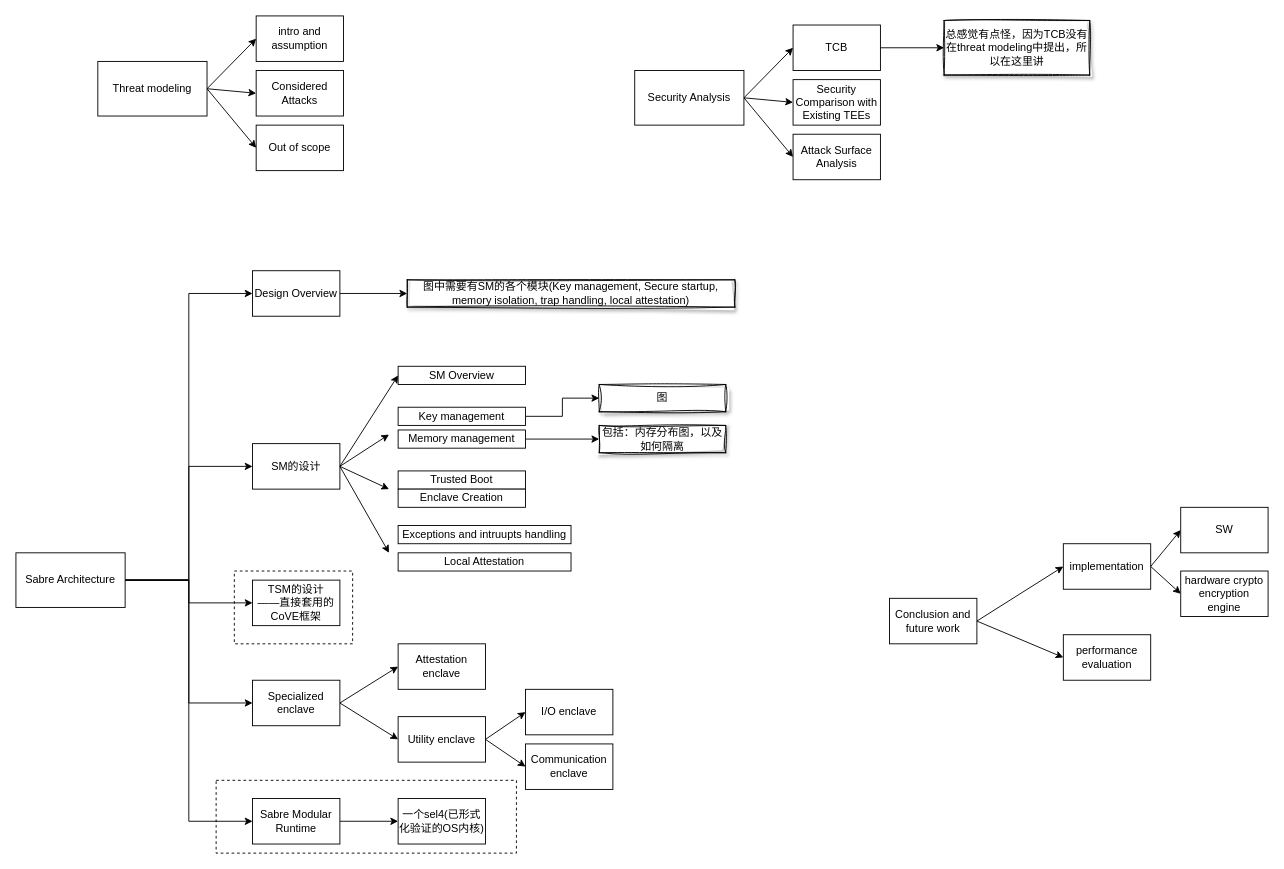
This is page "文章结构梳理 的副本" (14 of 14) of newarch.drawio from Zou1c/tmp, a draw.io file, before an edit. Source tidied: cells renumbered, new cells numbered last; positions are measured from the earlier drawing's top-left corner, leaving out a move shared by most shapes. Both pictures are drawn from the tidied source at 91%, with x=0, y=0 at pixel (15, 15).
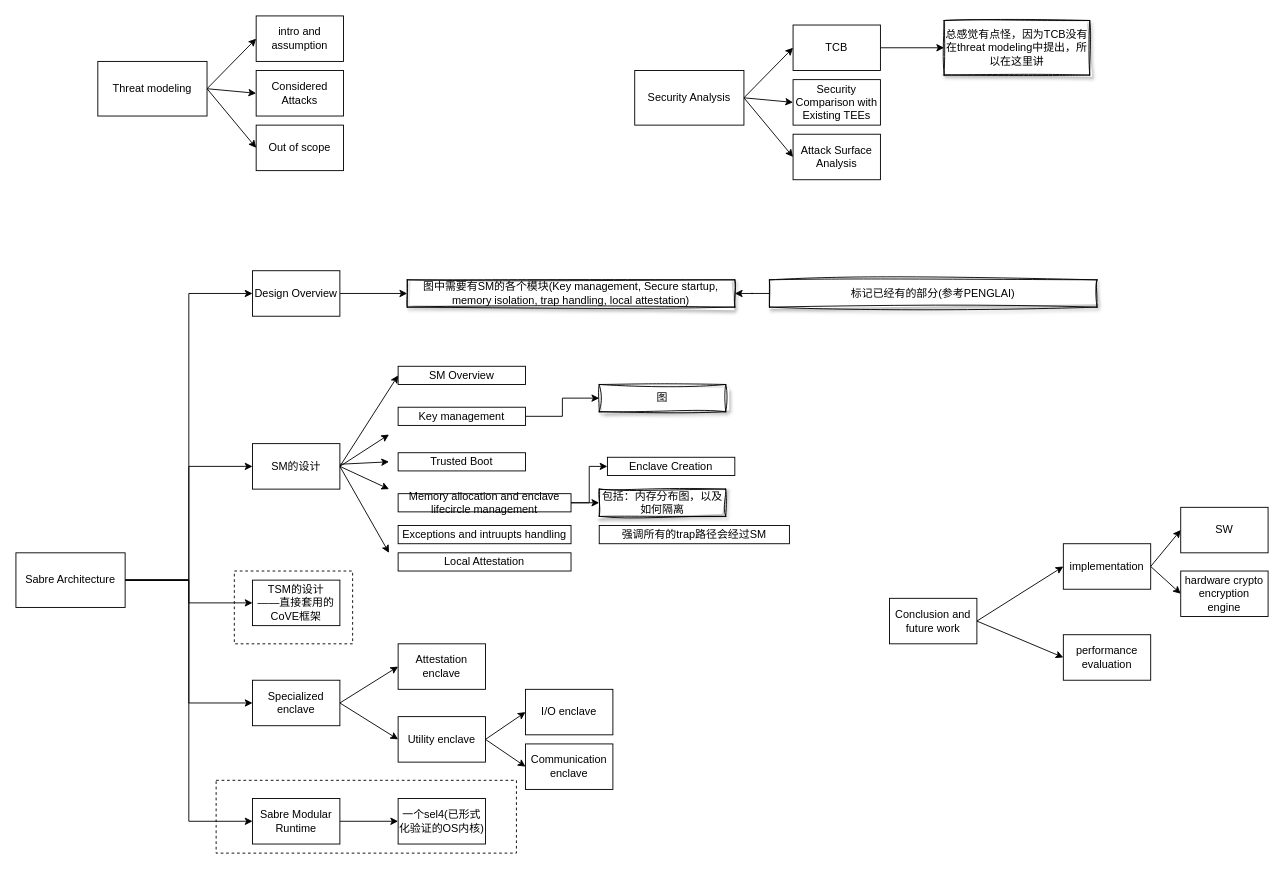
The same diagram, later.

The change refers to these unchanged cells:
```xml
<mxCell id="23" value="SM的设计" style="rounded=0;whiteSpace=wrap;html=1;" parent="1" vertex="1">
  <mxGeometry x="260" y="470" width="96" height="50" as="geometry" />
</mxCell>
<mxCell id="64" value="图中需要有SM的各个模块(Key management, Secure startup, memory isolation, trap handling, local attestation)" style="rounded=0;whiteSpace=wrap;html=1;shadow=1;sketch=1;curveFitting=1;jiggle=2;" parent="1" vertex="1">
  <mxGeometry x="430" y="290" width="360" height="30" as="geometry" />
</mxCell>
```

Diff of the diagram source:
```diff
@@
     <mxCell id="19" value="包括：内存分布图，以及如何隔离" style="rounded=0;whiteSpace=wrap;html=1;shadow=1;sketch=1;curveFitting=1;jiggle=2;" parent="1" vertex="1">
-      <mxGeometry x="641" y="450" width="139" height="30" as="geometry" />
+      <mxGeometry x="641" y="520" width="139" height="30" as="geometry" />
     </mxCell>
@@
+    <mxCell id="67" style="edgeStyle=orthogonalEdgeStyle;rounded=0;jettySize=auto;html=1;exitX=1;exitY=0.5;exitDx=0;exitDy=0;entryX=0;entryY=0.5;entryDx=0;entryDy=0;" parent="1" edge="1" source="27" target="29">
+      <mxGeometry relative="1" as="geometry" />
+    </mxCell>
-    <mxCell id="27" value="Memory management" style="rounded=0;whiteSpace=wrap;html=1;" parent="1" vertex="1">
-      <mxGeometry x="420" y="455" width="140" height="20" as="geometry" />
+    <mxCell id="27" value="Memory allocation and enclave lifecircle management" style="rounded=0;whiteSpace=wrap;html=1;" parent="1" vertex="1">
+      <mxGeometry x="420" y="525" width="190" height="20" as="geometry" />
     </mxCell>
     <mxCell id="28" value="Trusted Boot" style="rounded=0;whiteSpace=wrap;html=1;" parent="1" vertex="1">
-      <mxGeometry x="420" y="500" width="140" height="20" as="geometry" />
+      <mxGeometry x="420" y="480" width="140" height="20" as="geometry" />
     </mxCell>
     <mxCell id="29" value="Enclave Creation" style="rounded=0;whiteSpace=wrap;html=1;" parent="1" vertex="1">
-      <mxGeometry x="420" y="520" width="140" height="20" as="geometry" />
+      <mxGeometry x="650" y="485" width="140" height="20" as="geometry" />
     </mxCell>
@@
+    <mxCell id="68" style="edgeStyle=orthogonalEdgeStyle;rounded=0;jettySize=auto;html=1;" parent="1" edge="1" source="69" target="64">
+      <mxGeometry relative="1" as="geometry" />
+    </mxCell>
+    <mxCell id="69" value="标记已经有的部分(参考PENGLAI)" style="rounded=0;whiteSpace=wrap;html=1;shadow=1;sketch=1;curveFitting=1;jiggle=2;" parent="1" vertex="1">
+      <mxGeometry x="828" y="290" width="360" height="30" as="geometry" />
+    </mxCell>
+    <mxCell id="70" style="rounded=0;jettySize=auto;html=1;" parent="1" edge="1" source="23">
+      <mxGeometry relative="1" as="geometry">
+        <mxPoint x="410" y="490" as="targetPoint" />
+      </mxGeometry>
+    </mxCell>
+    <mxCell id="71" value="强调所有的trap路径会经过SM" style="rounded=0;whiteSpace=wrap;html=1;" parent="1" vertex="1">
+      <mxGeometry x="641" y="560" width="209" height="20" as="geometry" />
+    </mxCell>
```
